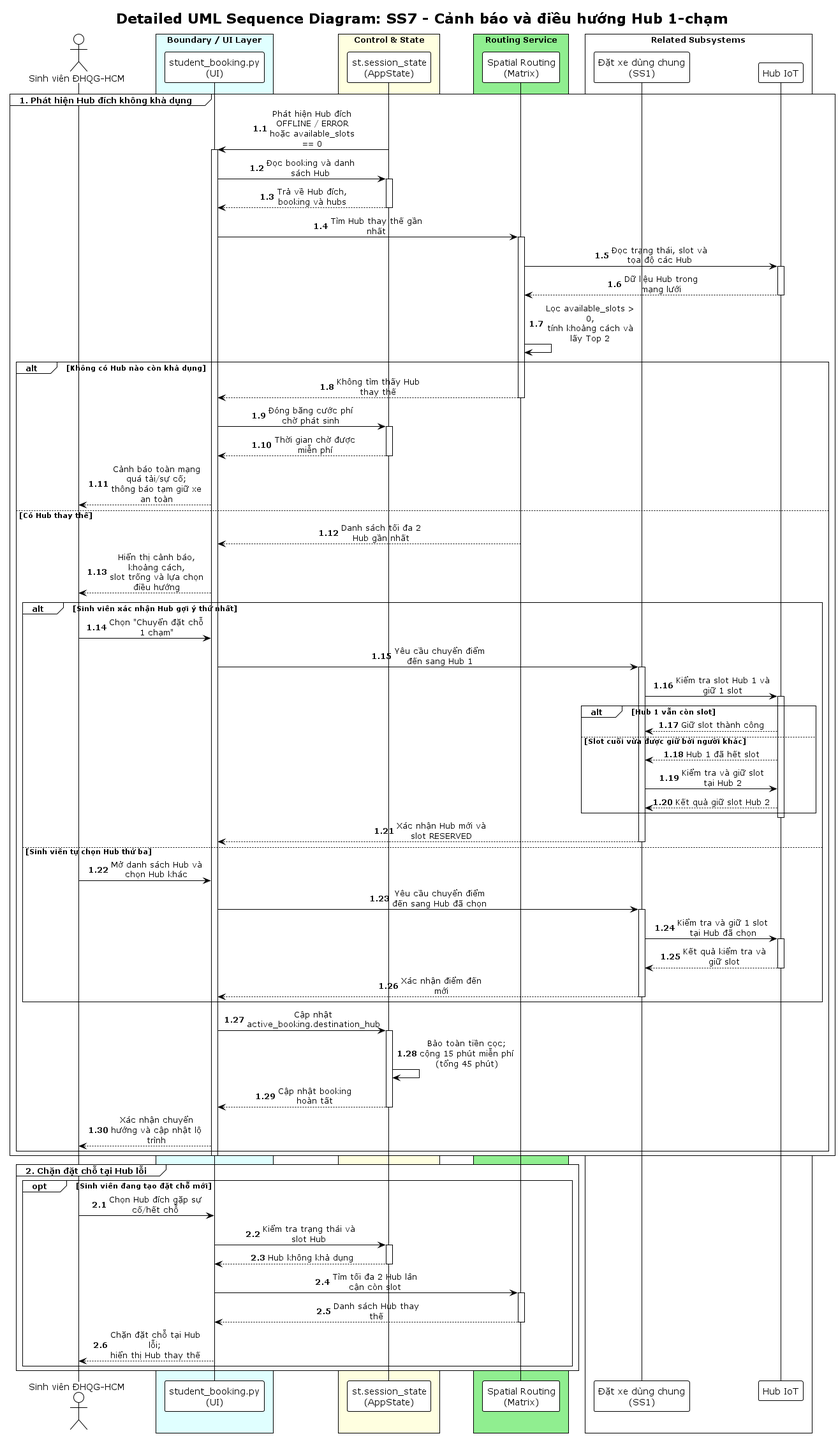
Dat-nguyen195/BTL_1_CNPM keeps this PlantUML diagram as docs/diagrams/Use-case detail-scenario/SS7/Sequence diagrams/UC_SS7_02_NguyenTrungNguyen_sequence.png. Above is the earlier version.
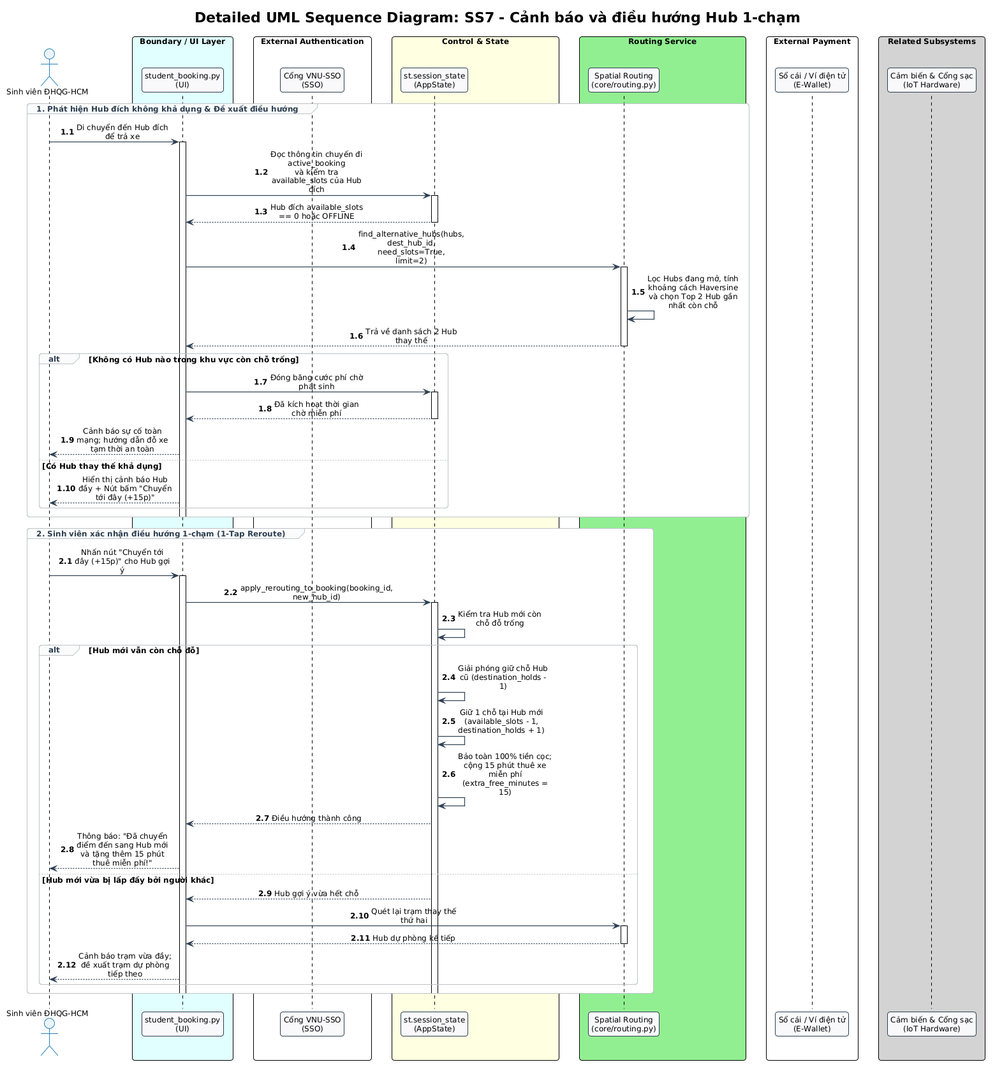
After the change.

The edit, as a diff of the source:
```diff
@@ -1,5 +1,6 @@
 @startuml UC_SS7_02_NguyenTrungNguyen_sequence
-!theme plain
+!pragma layout smetana
+!include ../../../common.puml
 skinparam sequenceMessageAlign center
 skinparam maxMessageSize 150
 skinparam BoxPadding 10
@@ -7,102 +8,84 @@
 title "Detailed UML Sequence Diagram: SS7 - Cảnh báo và điều hướng Hub 1-chạm"
 
 actor "Sinh viên ĐHQG-HCM" as Student
+
 box "Boundary / UI Layer" #LightCyan
 participant "student_booking.py\n(UI)" as UI
 end box
+
+box "External Authentication" #White
+participant "Cổng VNU-SSO\n(SSO)" as SSO
+end box
+
 box "Control & State" #LightYellow
 participant "st.session_state\n(AppState)" as AppState
 end box
+
 box "Routing Service" #LightGreen
-participant "Spatial Routing\n(Matrix)" as Routing
+participant "Spatial Routing\n(core/routing.py)" as Routing
 end box
-box "Related Subsystems" #White
-participant "Đặt xe dùng chung\n(SS1)" as SS1
-participant "Hub IoT" as IoT
+
+box "External Payment" #White
+participant "Sổ cái / Ví điện tử\n(E-Wallet)" as EWallet
+end box
+
+box "Related Subsystems" #LightGray
+participant "Cảm biến & Cổng sạc\n(IoT Hardware)" as IoT
 end box
 
 autonumber 1.1
-group 1. Phát hiện Hub đích không khả dụng
-    AppState -> UI: Phát hiện Hub đích OFFLINE / ERROR\nhoặc available_slots == 0
+group 1. Phát hiện Hub đích không khả dụng & Đề xuất điều hướng
+    Student -> UI: Di chuyển đến Hub đích để trả xe
     activate UI
-    UI -> AppState: Đọc booking và danh sách Hub
+
+    UI -> AppState: Đọc thông tin chuyến đi active_booking\nvà kiểm tra available_slots của Hub đích
     activate AppState
-    AppState --> UI: Trả về Hub đích, booking và hubs
+    AppState --> UI: Hub đích available_slots == 0 hoặc OFFLINE
     deactivate AppState
 
-    UI -> Routing: Tìm Hub thay thế gần nhất
+    UI -> Routing: find_alternative_hubs(hubs, dest_hub_id, need_slots=True, limit=2)
     activate Routing
-    Routing -> IoT: Đọc trạng thái, slot và tọa độ các Hub
-    activate IoT
-    IoT --> Routing: Dữ liệu Hub trong mạng lưới
-    deactivate IoT
-    Routing -> Routing: Lọc available_slots > 0,\ntính khoảng cách và lấy Top 2
+    Routing -> Routing: Lọc Hubs đang mở, tính khoảng cách Haversine\nvà chọn Top 2 Hub gần nhất còn chỗ
+    Routing --> UI: Trả về danh sách 2 Hub thay thế
+    deactivate Routing
 
-    alt Không có Hub nào còn khả dụng
-        Routing --> UI: Không tìm thấy Hub thay thế
-        deactivate Routing
+    alt Không có Hub nào trong khu vực còn chỗ trống
         UI -> AppState: Đóng băng cước phí chờ phát sinh
         activate AppState
-        AppState --> UI: Thời gian chờ được miễn phí
+        AppState --> UI: Đã kích hoạt thời gian chờ miễn phí
         deactivate AppState
-        UI --> Student: Cảnh báo toàn mạng quá tải/sự cố;\nthông báo tạm giữ xe an toàn
-    else Có Hub thay thế
-        Routing --> UI: Danh sách tối đa 2 Hub gần nhất
-        deactivate Routing
-        UI --> Student: Hiển thị cảnh báo, khoảng cách,\nslot trống và lựa chọn điều hướng
-
-        alt Sinh viên xác nhận Hub gợi ý thứ nhất
-            Student -> UI: Chọn "Chuyển đặt chỗ 1 chạm"
-            UI -> SS1: Yêu cầu chuyển điểm đến sang Hub 1
-            activate SS1
-            SS1 -> IoT: Kiểm tra slot Hub 1 và giữ 1 slot
-            activate IoT
-            alt Hub 1 vẫn còn slot
-                IoT --> SS1: Giữ slot thành công
-            else Slot cuối vừa được giữ bởi người khác
-                IoT --> SS1: Hub 1 đã hết slot
-                SS1 -> IoT: Kiểm tra và giữ slot tại Hub 2
-                IoT --> SS1: Kết quả giữ slot Hub 2
-            end
-            deactivate IoT
-            SS1 --> UI: Xác nhận Hub mới và slot RESERVED
-            deactivate SS1
-        else Sinh viên tự chọn Hub thứ ba
-            Student -> UI: Mở danh sách Hub và chọn Hub khác
-            UI -> SS1: Yêu cầu chuyển điểm đến sang Hub đã chọn
-            activate SS1
-            SS1 -> IoT: Kiểm tra và giữ 1 slot tại Hub đã chọn
-            activate IoT
-            IoT --> SS1: Kết quả kiểm tra và giữ slot
-            deactivate IoT
-            SS1 --> UI: Xác nhận điểm đến mới
-            deactivate SS1
-        end
-
-        UI -> AppState: Cập nhật active_booking.destination_hub
-        activate AppState
-        AppState -> AppState: Bảo toàn tiền cọc;\ncộng 15 phút miễn phí (tổng 45 phút)
-        AppState --> UI: Cập nhật booking hoàn tất
-        deactivate AppState
-        UI --> Student: Xác nhận chuyển hướng và cập nhật lộ trình
+        UI --> Student: Cảnh báo sự cố toàn mạng; hướng dẫn đỗ xe tạm thời an toàn
+    else Có Hub thay thế khả dụng
+        UI --> Student: Hiển thị cảnh báo Hub đầy + Nút bấm "Chuyển tới đây (+15p)"
     end
     deactivate UI
 end
 
 autonumber 2.1
-group 2. Chặn đặt chỗ tại Hub lỗi
-    opt Sinh viên đang tạo đặt chỗ mới
-        Student -> UI: Chọn Hub đích gặp sự cố/hết chỗ
-        UI -> AppState: Kiểm tra trạng thái và slot Hub
-        activate AppState
-        AppState --> UI: Hub không khả dụng
-        deactivate AppState
-        UI -> Routing: Tìm tối đa 2 Hub lân cận còn slot
+group 2. Sinh viên xác nhận điều hướng 1-chạm (1-Tap Reroute)
+    Student -> UI: Nhấn nút "Chuyển tới đây (+15p)" cho Hub gợi ý
+    activate UI
+
+    UI -> AppState: apply_rerouting_to_booking(booking_id, new_hub_id)
+    activate AppState
+    AppState -> AppState: Kiểm tra Hub mới còn chỗ đỗ trống
+
+    alt Hub mới vẫn còn chỗ đỗ
+        AppState -> AppState: Giải phóng giữ chỗ Hub cũ (destination_holds - 1)
+        AppState -> AppState: Giữ 1 chỗ tại Hub mới (available_slots - 1, destination_holds + 1)
+        AppState -> AppState: Bảo toàn 100% tiền cọc;\ncộng 15 phút thuê xe miễn phí (extra_free_minutes = 15)
+        AppState --> UI: Điều hướng thành công
+        UI --> Student: Thông báo: "Đã chuyển điểm đến sang Hub mới và tặng thêm 15 phút thuê miễn phí!"
+    else Hub mới vừa bị lấp đầy bởi người khác
+        AppState --> UI: Hub gợi ý vừa hết chỗ
+        UI -> Routing: Quét lại trạm thay thế thứ hai
         activate Routing
-        Routing --> UI: Danh sách Hub thay thế
+        Routing --> UI: Hub dự phòng kế tiếp
         deactivate Routing
-        UI --> Student: Chặn đặt chỗ tại Hub lỗi;\nhiển thị Hub thay thế
+        UI --> Student: Cảnh báo trạm vừa đầy; đề xuất trạm dự phòng tiếp theo
     end
+    deactivate AppState
+    deactivate UI
 end
 
 @enduml
```
